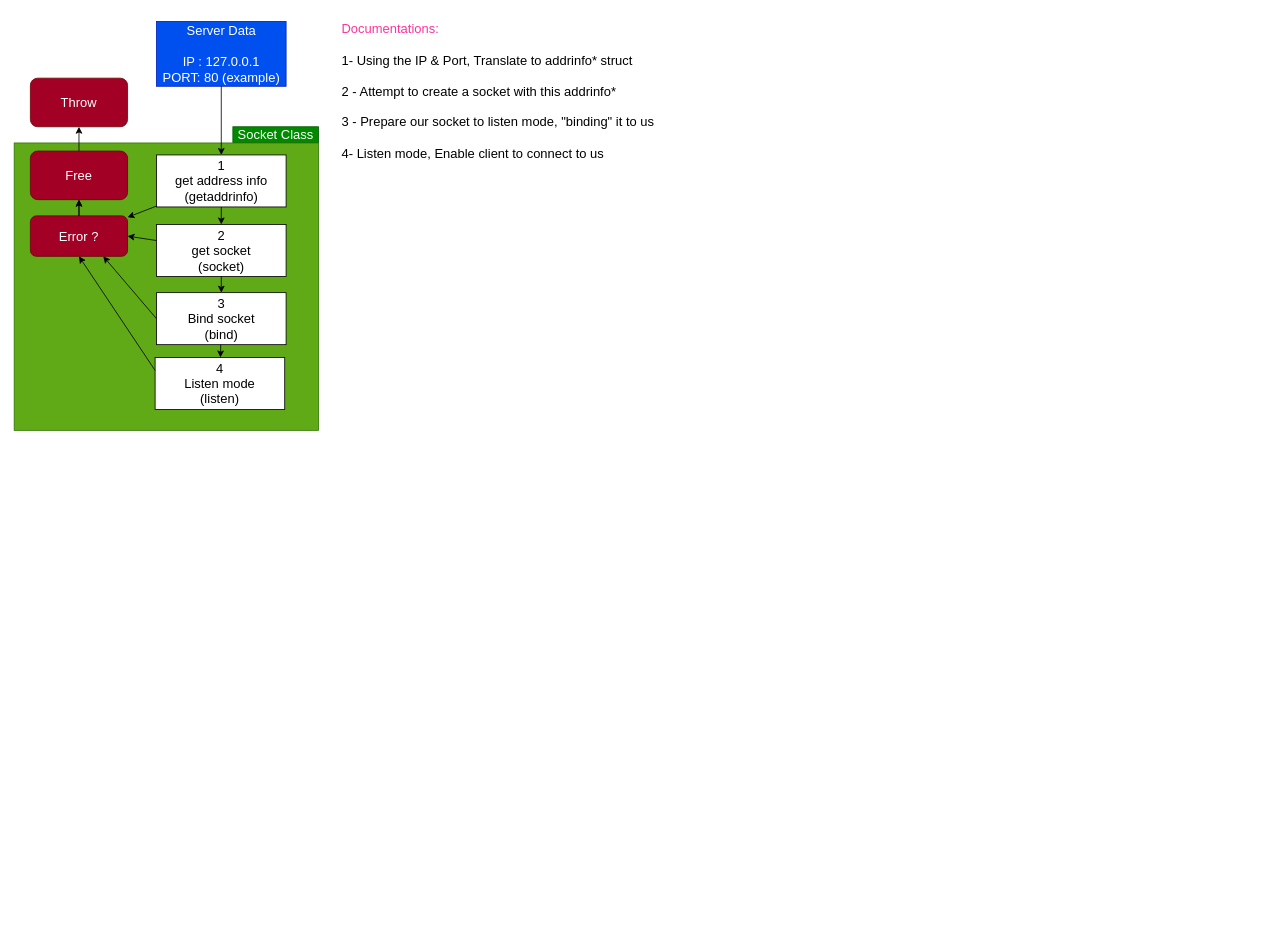
The draw.io diagram InfoAndDoc/info.drawio in sm222/42_irc, before the edit. Source tidied: cells renumbered, new cells numbered last; positions are measured from the earlier drawing's top-left corner, leaving out a move shared by most shapes. Both pictures are drawn from the tidied source at 81%, with x=0, y=0 at pixel (14, 14).
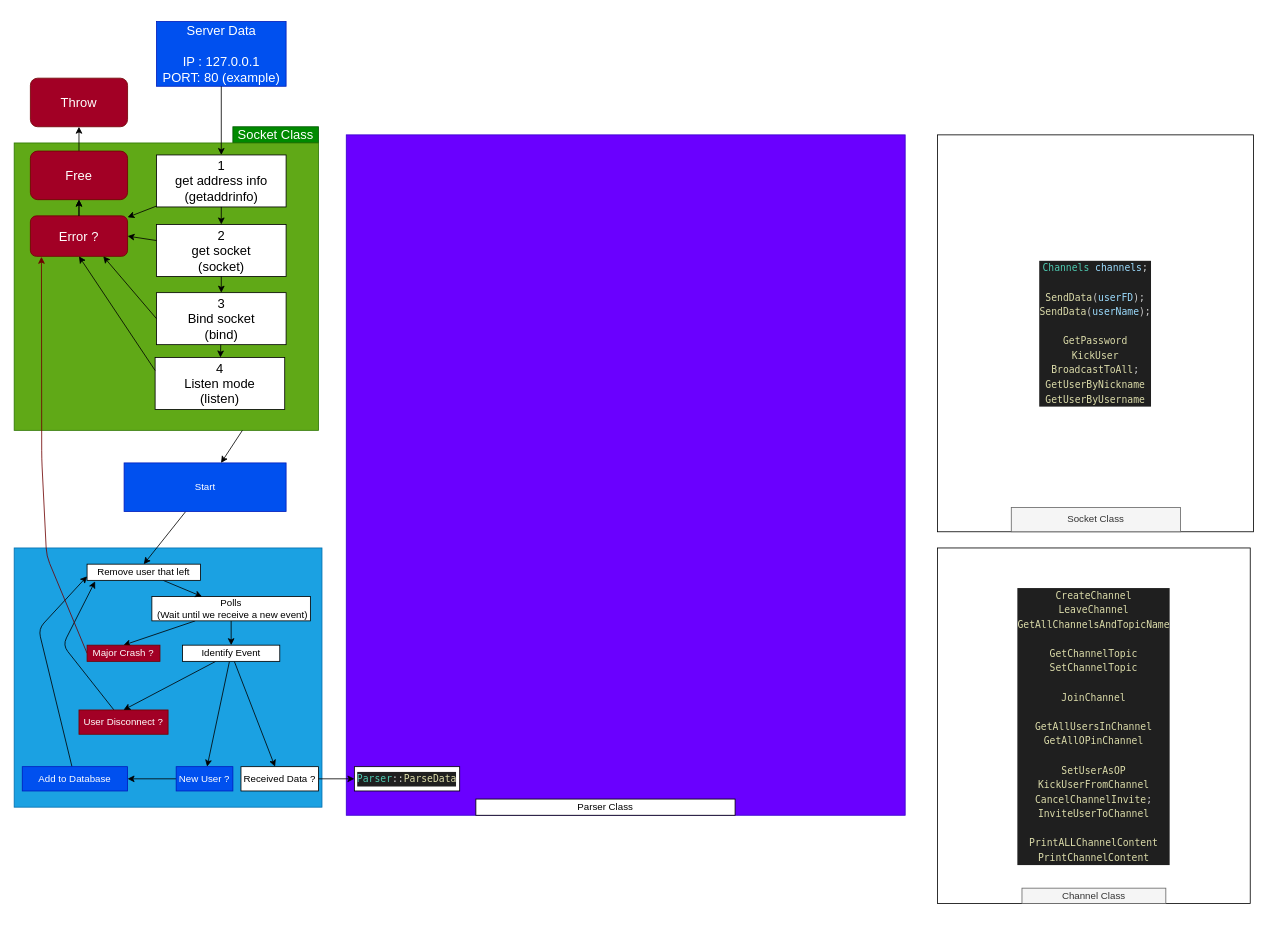
The same page after the edit.

Commit message (it also covers changes not shown here):
First Channel Prototype

The change refers to these unchanged cells:
```xml
<mxCell id="6" value="&lt;div style=&quot;text-align: justify;&quot;&gt;&lt;/div&gt;" style="rounded=0;whiteSpace=wrap;html=1;fontSize=16;fillColor=#60a917;fontColor=#ffffff;strokeColor=#2D7600;" parent="5" vertex="1">
  <mxGeometry width="375.7" height="354.8" as="geometry" />
</mxCell>
<mxCell id="14" value="Error ?" style="rounded=1;whiteSpace=wrap;html=1;fontSize=16;fillColor=#a20025;fontColor=#ffffff;strokeColor=#6F0000;" parent="5" vertex="1">
  <mxGeometry x="20" y="90" width="120" height="50" as="geometry" />
</mxCell>
```

What changed in the source:
```diff
@@
+    <mxCell id="25" style="rounded=0;whiteSpace=wrap;html=1;fillColor=#1ba1e2;fontColor=#ffffff;strokeColor=#006EAF;" parent="1" vertex="1">
+      <mxGeometry y="659" width="380" height="320" as="geometry" />
+    </mxCell>
@@
-    <mxCell id="25" value="&lt;div style=&quot;text-align: left;&quot;&gt;&lt;span style=&quot;background-color: initial;&quot;&gt;&lt;font color=&quot;#ff3399&quot;&gt;Documentations:&lt;/font&gt;&lt;/span&gt;&lt;/div&gt;&lt;div style=&quot;text-align: left;&quot;&gt;&lt;br&gt;&lt;/div&gt;&lt;div style=&quot;text-align: left;&quot;&gt;&lt;span style=&quot;background-color: initial;&quot;&gt;1- Using the IP &amp;amp; Port, Translate to addrinfo* struct&amp;nbsp;&lt;/span&gt;&lt;/div&gt;&lt;div style=&quot;text-align: left;&quot;&gt;&lt;br&gt;&lt;/div&gt;&lt;div style=&quot;text-align: left;&quot;&gt;&lt;span style=&quot;background-color: initial;&quot;&gt;2 - Attempt to create a socket with this addrinfo*&lt;/span&gt;&lt;/div&gt;&lt;div style=&quot;text-align: left;&quot;&gt;&lt;br&gt;&lt;/div&gt;&lt;div style=&quot;text-align: left;&quot;&gt;&lt;span style=&quot;background-color: initial;&quot;&gt;3 - Prepare our socket to listen mode, &quot;binding&quot; it to us&lt;/span&gt;&lt;/div&gt;&lt;div style=&quot;text-align: left;&quot;&gt;&lt;br&gt;&lt;/div&gt;&lt;div style=&quot;text-align: left;&quot;&gt;&lt;span style=&quot;background-color: initial;&quot;&gt;4- Listen mode, Enable client to connect to us&lt;br&gt;&lt;/span&gt;&lt;/div&gt;" style="text;html=1;align=center;verticalAlign=middle;strokeColor=none;fillColor=none;fontSize=16;" parent="1" vertex="1">
-      <mxGeometry x="392" width="410" height="190" as="geometry" />
-    </mxCell>
+    <mxCell id="26" style="edgeStyle=none;html=1;entryX=0.5;entryY=0;entryDx=0;entryDy=0;" parent="1" edge="1" source="27" target="34">
+      <mxGeometry relative="1" as="geometry" />
+    </mxCell>
+    <mxCell id="27" value="Start" style="rounded=0;whiteSpace=wrap;html=1;fillColor=#0050ef;fontColor=#ffffff;strokeColor=#001DBC;" parent="1" vertex="1">
+      <mxGeometry x="135.7" y="554" width="200" height="60" as="geometry" />
+    </mxCell>
+    <mxCell id="28" style="edgeStyle=none;html=1;exitX=0.75;exitY=1;exitDx=0;exitDy=0;" parent="1" edge="1" source="6" target="27">
+      <mxGeometry relative="1" as="geometry" />
+    </mxCell>
+    <mxCell id="29" style="edgeStyle=none;html=1;" parent="1" edge="1" source="31" target="42">
+      <mxGeometry relative="1" as="geometry" />
+    </mxCell>
+    <mxCell id="30" style="edgeStyle=none;html=1;entryX=0.5;entryY=0;entryDx=0;entryDy=0;" parent="1" edge="1" source="31" target="47">
+      <mxGeometry relative="1" as="geometry" />
+    </mxCell>
+    <mxCell id="31" value="Polls&lt;br&gt;&amp;nbsp;(Wait until we receive a new event)" style="rounded=0;whiteSpace=wrap;html=1;" parent="1" vertex="1">
+      <mxGeometry x="170" y="719" width="195.7" height="30" as="geometry" />
+    </mxCell>
+    <mxCell id="32" value="Received Data ?" style="rounded=0;whiteSpace=wrap;html=1;" parent="1" vertex="1">
+      <mxGeometry x="280" y="929" width="95.7" height="30" as="geometry" />
+    </mxCell>
+    <mxCell id="33" style="edgeStyle=none;html=1;" parent="1" edge="1" source="34" target="31">
+      <mxGeometry relative="1" as="geometry" />
+    </mxCell>
+    <mxCell id="34" value="Remove user that left" style="rounded=0;whiteSpace=wrap;html=1;" parent="1" vertex="1">
+      <mxGeometry x="90" y="679" width="140" height="20" as="geometry" />
+    </mxCell>
+    <mxCell id="35" style="edgeStyle=none;html=1;" parent="1" edge="1" source="36" target="45">
+      <mxGeometry relative="1" as="geometry" />
+    </mxCell>
+    <mxCell id="36" value="New User ?" style="rounded=0;whiteSpace=wrap;html=1;fillColor=#0050ef;fontColor=#ffffff;strokeColor=#001DBC;" parent="1" vertex="1">
+      <mxGeometry x="200" y="929" width="70" height="30" as="geometry" />
+    </mxCell>
+    <mxCell id="37" style="edgeStyle=none;html=1;entryX=0.071;entryY=1.063;entryDx=0;entryDy=0;entryPerimeter=0;" parent="1" edge="1" source="38" target="34">
+      <mxGeometry relative="1" as="geometry">
+        <Array as="points">
+          <mxPoint x="60" y="779" />
+        </Array>
+      </mxGeometry>
+    </mxCell>
+    <mxCell id="38" value="User Disconnect ?" style="rounded=0;whiteSpace=wrap;html=1;fillColor=#a20025;fontColor=#ffffff;strokeColor=#6F0000;" parent="1" vertex="1">
+      <mxGeometry x="80" y="859" width="110" height="30" as="geometry" />
+    </mxCell>
+    <mxCell id="39" style="edgeStyle=none;html=1;" parent="1" edge="1" source="42" target="32">
+      <mxGeometry relative="1" as="geometry" />
+    </mxCell>
+    <mxCell id="40" style="edgeStyle=none;html=1;" parent="1" edge="1" source="42" target="36">
+      <mxGeometry relative="1" as="geometry" />
+    </mxCell>
+    <mxCell id="41" style="edgeStyle=none;html=1;entryX=0.5;entryY=0;entryDx=0;entryDy=0;" parent="1" edge="1" source="42" target="38">
+      <mxGeometry relative="1" as="geometry" />
+    </mxCell>
+    <mxCell id="42" value="Identify Event" style="rounded=0;whiteSpace=wrap;html=1;" parent="1" vertex="1">
+      <mxGeometry x="207.9" y="779" width="120" height="20" as="geometry" />
+    </mxCell>
+    <mxCell id="43" style="edgeStyle=none;html=1;entryX=0;entryY=0.75;entryDx=0;entryDy=0;" parent="1" edge="1" source="45" target="34">
+      <mxGeometry relative="1" as="geometry">
+        <Array as="points">
+          <mxPoint x="30" y="759" />
+        </Array>
+      </mxGeometry>
+    </mxCell>
+    <mxCell id="44" style="rounded=0;whiteSpace=wrap;html=1;fillColor=#6a00ff;fontColor=#ffffff;strokeColor=#3700CC;" parent="1" vertex="1">
+      <mxGeometry x="410" y="149" width="690" height="840" as="geometry" />
+    </mxCell>
+    <mxCell id="45" value="Add to Database" style="rounded=0;whiteSpace=wrap;html=1;fillColor=#0050ef;fontColor=#ffffff;strokeColor=#001DBC;" parent="1" vertex="1">
+      <mxGeometry x="10" y="929" width="130" height="30" as="geometry" />
+    </mxCell>
+    <mxCell id="46" style="edgeStyle=none;html=1;exitX=0;exitY=0.5;exitDx=0;exitDy=0;entryX=0.114;entryY=1.011;entryDx=0;entryDy=0;entryPerimeter=0;fillColor=#a20025;strokeColor=#6F0000;" parent="1" edge="1" source="47" target="14">
+      <mxGeometry relative="1" as="geometry">
+        <Array as="points">
+          <mxPoint x="40" y="669" />
+          <mxPoint x="34" y="549" />
+        </Array>
+      </mxGeometry>
+    </mxCell>
+    <mxCell id="47" value="Major Crash ?" style="rounded=0;whiteSpace=wrap;html=1;fillColor=#a20025;fontColor=#ffffff;strokeColor=#6F0000;" parent="1" vertex="1">
+      <mxGeometry x="90" y="779" width="90" height="20" as="geometry" />
+    </mxCell>
+    <mxCell id="48" value="Parser Class" style="rounded=0;whiteSpace=wrap;html=1;" parent="1" vertex="1">
+      <mxGeometry x="570" y="969" width="320" height="20" as="geometry" />
+    </mxCell>
+    <mxCell id="49" value="&lt;div style=&quot;color: rgb(204, 204, 204); background-color: rgb(31, 31, 31); font-family: Menlo, Monaco, &amp;quot;Courier New&amp;quot;, monospace; line-height: 18px;&quot;&gt;&lt;span style=&quot;color: #4ec9b0;&quot;&gt;Parser&lt;/span&gt;::&lt;span style=&quot;color: #dcdcaa;&quot;&gt;ParseData&lt;/span&gt;&lt;/div&gt;" style="rounded=0;whiteSpace=wrap;html=1;" parent="1" vertex="1">
+      <mxGeometry x="420" y="929" width="130" height="30" as="geometry" />
+    </mxCell>
+    <mxCell id="50" style="edgeStyle=none;html=1;" parent="1" edge="1" source="32" target="49">
+      <mxGeometry relative="1" as="geometry" />
+    </mxCell>
+    <mxCell id="51" style="group;" parent="1" vertex="1">
+      <mxGeometry x="1140" y="689" width="386" height="439" as="geometry" />
+    </mxCell>
+    <mxCell id="52" style="group;" parent="51" vertex="1">
+      <mxGeometry y="-30" width="386" height="439" as="geometry" />
+    </mxCell>
+    <mxCell id="53" value="&lt;div style=&quot;color: rgb(204, 204, 204); background-color: rgb(31, 31, 31); font-family: Menlo, Monaco, &amp;quot;Courier New&amp;quot;, monospace; line-height: 18px;&quot;&gt;&lt;div&gt;&lt;span style=&quot;color: #dcdcaa;&quot;&gt;CreateChannel&lt;/span&gt;&lt;/div&gt;&lt;div&gt;&lt;span style=&quot;color: #dcdcaa;&quot;&gt;LeaveChannel&lt;/span&gt;&lt;/div&gt;&lt;div&gt;&lt;span style=&quot;color: #dcdcaa;&quot;&gt;GetAllChannelsAndTopicName&lt;/span&gt;&lt;/div&gt;&lt;div&gt;&lt;br&gt;&lt;/div&gt;&lt;div&gt;&lt;span style=&quot;color: #dcdcaa;&quot;&gt;GetChannelTopic&lt;/span&gt;&lt;/div&gt;&lt;div&gt;&lt;span style=&quot;color: #dcdcaa;&quot;&gt;SetChannelTopic&lt;/span&gt;&lt;/div&gt;&lt;div&gt;&lt;br&gt;&lt;/div&gt;&lt;div&gt;&lt;span style=&quot;color: #dcdcaa;&quot;&gt;JoinChannel&lt;/span&gt;&lt;/div&gt;&lt;div&gt;    &lt;/div&gt;&lt;div&gt;&lt;br&gt;&lt;/div&gt;&lt;div&gt;&lt;span style=&quot;color: #dcdcaa;&quot;&gt;GetAllUsersInChannel&lt;/span&gt;&lt;/div&gt;&lt;div&gt;&lt;span style=&quot;color: #dcdcaa;&quot;&gt;GetAllOPinChannel&lt;/span&gt;&lt;/div&gt;&lt;br&gt;&lt;div&gt;&lt;span style=&quot;color: rgb(220, 220, 170);&quot;&gt;SetUserAsOP&lt;/span&gt;&lt;br&gt;&lt;/div&gt;&lt;div&gt;&lt;span style=&quot;color: #dcdcaa;&quot;&gt;KickUserFromChannel&lt;/span&gt;&lt;/div&gt;&lt;div&gt;&lt;span style=&quot;color: #dcdcaa;&quot;&gt;CancelChannelInvite&lt;/span&gt;;&lt;/div&gt;&lt;div&gt;&lt;span style=&quot;color: #dcdcaa;&quot;&gt;InviteUserToChannel&lt;/span&gt;&lt;/div&gt;&lt;div&gt;&lt;br&gt;&lt;/div&gt;&lt;div&gt;&lt;span style=&quot;color: rgb(220, 220, 170);&quot;&gt;PrintALLChannelContent&lt;/span&gt;&lt;/div&gt;&lt;div&gt;&lt;span style=&quot;color: #dcdcaa;&quot;&gt;PrintChannelContent&lt;/span&gt;&lt;/div&gt;&lt;/div&gt;" style="rounded=0;whiteSpace=wrap;html=1;" parent="52" vertex="1">
+      <mxGeometry width="386" height="439" as="geometry" />
+    </mxCell>
+    <mxCell id="54" value="Channel Class" style="rounded=0;whiteSpace=wrap;html=1;fillColor=#f5f5f5;fontColor=#333333;strokeColor=#666666;" parent="52" vertex="1">
+      <mxGeometry x="104.2" y="420" width="177.6" height="19" as="geometry" />
+    </mxCell>
+    <mxCell id="55" style="group;" parent="1" vertex="1">
+      <mxGeometry x="1140" y="149" width="390" height="490" as="geometry" />
+    </mxCell>
+    <mxCell id="56" value="&lt;div style=&quot;color: rgb(204, 204, 204); background-color: rgb(31, 31, 31); font-family: Menlo, Monaco, &amp;quot;Courier New&amp;quot;, monospace; line-height: 18px;&quot;&gt;&lt;div&gt;    &lt;span style=&quot;color: #4ec9b0;&quot;&gt;Channels&lt;/span&gt;                    &lt;span style=&quot;color: #9cdcfe;&quot;&gt;channels&lt;/span&gt;;&lt;/div&gt;&lt;br&gt;&lt;div&gt;&lt;span style=&quot;color: rgb(220, 220, 170);&quot;&gt;SendData&lt;/span&gt;(&lt;span style=&quot;color: rgb(156, 220, 254);&quot;&gt;userFD&lt;/span&gt;);&lt;br&gt;&lt;/div&gt;&lt;div&gt;&lt;span style=&quot;color: #dcdcaa;&quot;&gt;SendData&lt;/span&gt;(&lt;span style=&quot;color: #9cdcfe;&quot;&gt;userName&lt;/span&gt;);&lt;/div&gt;&lt;div&gt;    &lt;/div&gt;&lt;div&gt;&lt;br&gt;&lt;/div&gt;&lt;div&gt;&lt;span style=&quot;color: #dcdcaa;&quot;&gt;GetPassword&lt;/span&gt;&lt;/div&gt;&lt;div&gt;&lt;span style=&quot;color: #dcdcaa;&quot;&gt;KickUser&lt;/span&gt;&lt;/div&gt;&lt;div&gt;&lt;span style=&quot;color: #dcdcaa;&quot;&gt;BroadcastToAll&lt;/span&gt;;&lt;/div&gt;&lt;div&gt;&lt;span style=&quot;color: #dcdcaa;&quot;&gt;GetUserByNickname&lt;/span&gt;&lt;/div&gt;&lt;div&gt;&lt;span style=&quot;color: #dcdcaa;&quot;&gt;GetUserByUsername&lt;/span&gt;&lt;/div&gt;&lt;/div&gt;" style="rounded=0;whiteSpace=wrap;html=1;" parent="55" vertex="1">
+      <mxGeometry width="390" height="490" as="geometry" />
+    </mxCell>
+    <mxCell id="57" value="Socket Class" style="rounded=0;whiteSpace=wrap;html=1;fillColor=#f5f5f5;fontColor=#333333;strokeColor=#666666;" parent="55" vertex="1">
+      <mxGeometry x="91" y="460" width="209" height="30" as="geometry" />
+    </mxCell>
```
